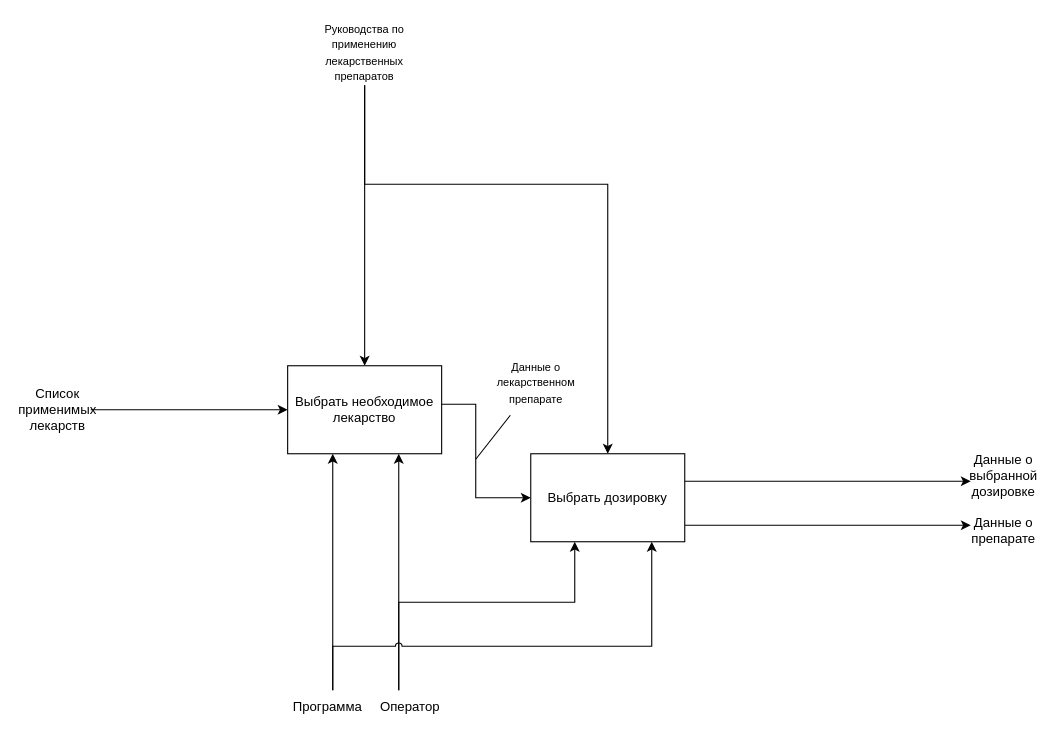
ThomasCharester/KursuchShop keeps this draw.io diagram as coursework/diagrams/IDEF2_2.drawio. Above is the earlier version. Source tidied: cells renumbered, new cells numbered last; positions are measured from the earlier drawing's top-left corner, leaving out a move shared by most shapes. Both pictures are drawn from the tidied source at 110%, with x=0, y=0 at pixel (24, 19).
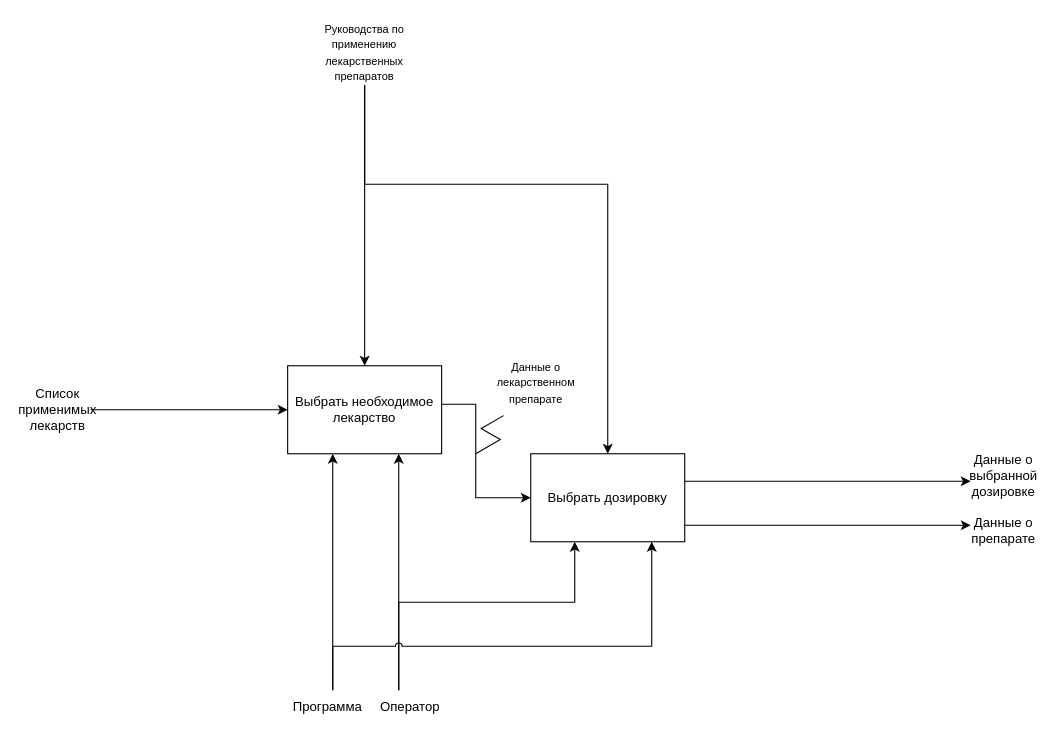
After the change.

Unchanged cells that the change refers to:
```xml
<mxCell id="14" value="&lt;span style=&quot;font-size: 10px;&quot;&gt;Данные о лекарственном препарате&lt;/span&gt;" style="text;html=1;align=center;verticalAlign=middle;whiteSpace=wrap;rounded=0;" parent="1" vertex="1">
  <mxGeometry x="420" y="300" width="90" height="60" as="geometry" />
</mxCell>
```

Change to the diagram source:
```diff
@@
-    <mxCell id="16" style="endArrow=none;html=1;rounded=0;" parent="1" edge="1" source="14">
-      <mxGeometry relative="1" as="geometry">
-        <mxPoint x="410" y="400" as="targetPoint" />
-      </mxGeometry>
-    </mxCell>
@@
+    <mxCell id="22" style="edgeStyle=isometricEdgeStyle;endArrow=none;html=1;rounded=0;entryX=0.17;entryY=1.006;entryDx=0;entryDy=0;entryPerimeter=0;" parent="1" edge="1" target="14">
+      <mxGeometry relative="1" as="geometry">
+        <mxPoint x="410" y="395" as="sourcePoint" />
+        <Array as="points">
+          <mxPoint x="420" y="375" />
+        </Array>
+      </mxGeometry>
+    </mxCell>
```
